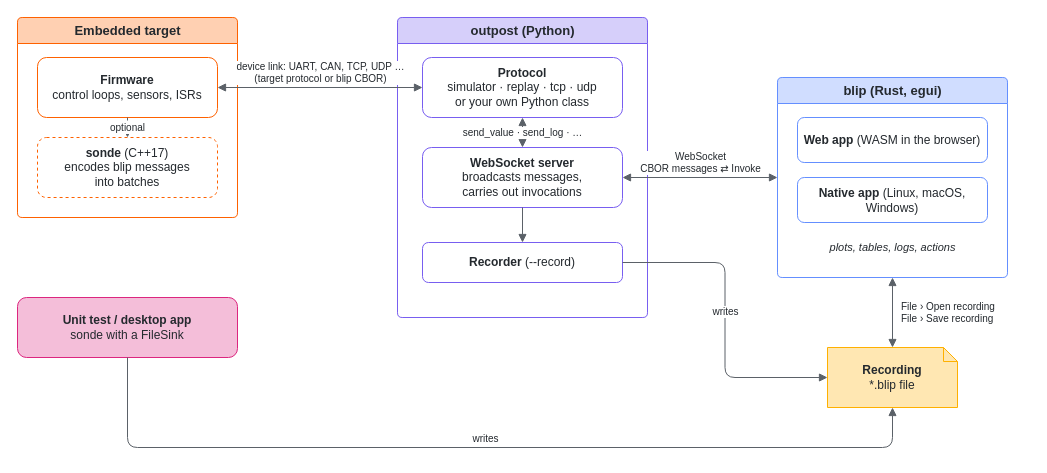
Earlier version of the draw.io diagram doc/source/diagrams/system-context.drawio (stefanluethi/blip). Source tidied: cells renumbered, new cells numbered last; positions are measured from the earlier drawing's top-left corner, leaving out a move shared by most shapes. Both pictures are drawn from the tidied source at 100%, with x=0, y=0 at pixel (17, 17).
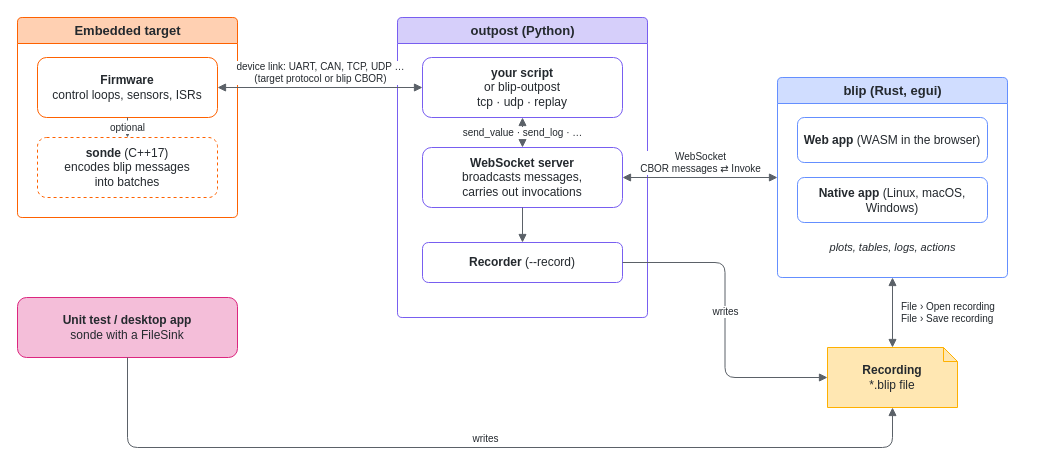
Above is the later version.

The change refers to these unchanged cells:
```xml
<mxCell id="6" value="&lt;b&gt;outpost&lt;/b&gt; (Python)" style="fontColor=#24292e;fontFamily=Fira Sans,Helvetica,Arial,sans-serif;swimlane;startSize=26;html=1;rounded=1;arcSize=6;fillColor=#d6cffa;strokeColor=#785ef0;fontSize=13;" parent="1" vertex="1">
  <mxGeometry x="380" width="250" height="300" as="geometry" />
</mxCell>
```

Change to the diagram source:
```diff
@@
-    <mxCell id="7" value="&lt;b&gt;Protocol&lt;/b&gt;&lt;br&gt;simulator · replay · tcp · udp&lt;br&gt;or your own Python class" style="fontColor=#24292e;fontFamily=Fira Sans,Helvetica,Arial,sans-serif;rounded=1;whiteSpace=wrap;html=1;fillColor=#ffffff;strokeColor=#785ef0;fontSize=12;" parent="6" vertex="1">
+    <mxCell id="7" value="&lt;b&gt;your script&lt;/b&gt;&lt;br&gt;or blip-outpost&lt;br&gt;tcp · udp · replay" style="fontColor=#24292e;fontFamily=Fira Sans,Helvetica,Arial,sans-serif;rounded=1;whiteSpace=wrap;html=1;fillColor=#ffffff;strokeColor=#785ef0;fontSize=12;" parent="6" vertex="1">
       <mxGeometry x="25" y="40" width="200" height="60" as="geometry" />
     </mxCell>
```
